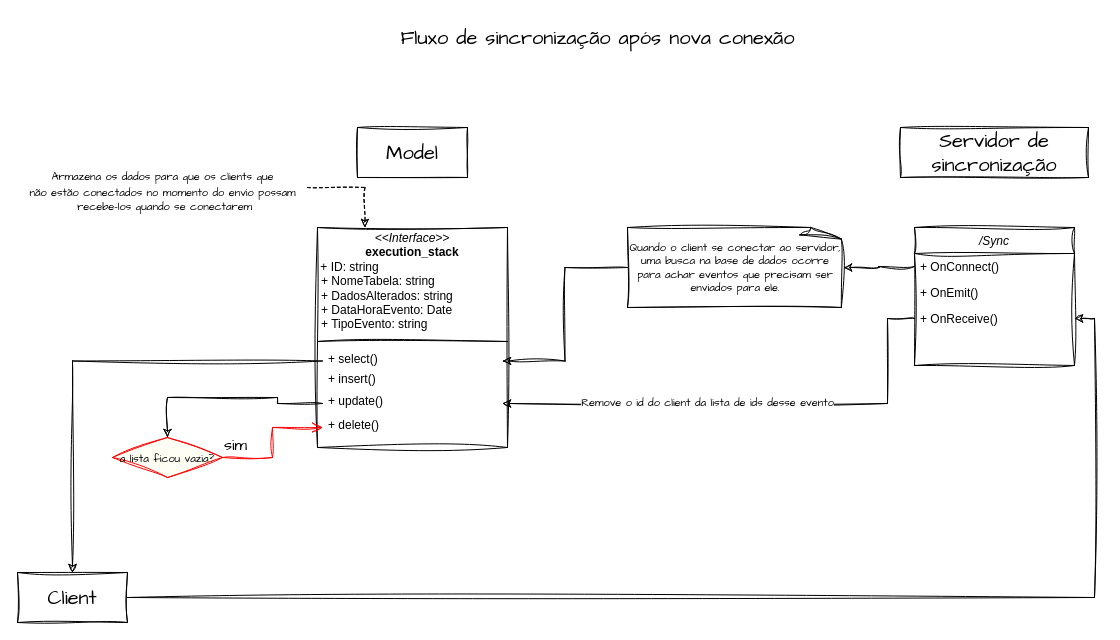
The draw.io diagram page "Primeira sincronização" (1 of 3) of Pulsar Sync.drawio in Vusmonth/uml, before the edit. Source tidied: cells renumbered, new cells numbered last; positions are measured from the earlier drawing's top-left corner, leaving out a move shared by most shapes. Both pictures are drawn from the tidied source at 100%, with x=0, y=0 at pixel (17, 17).
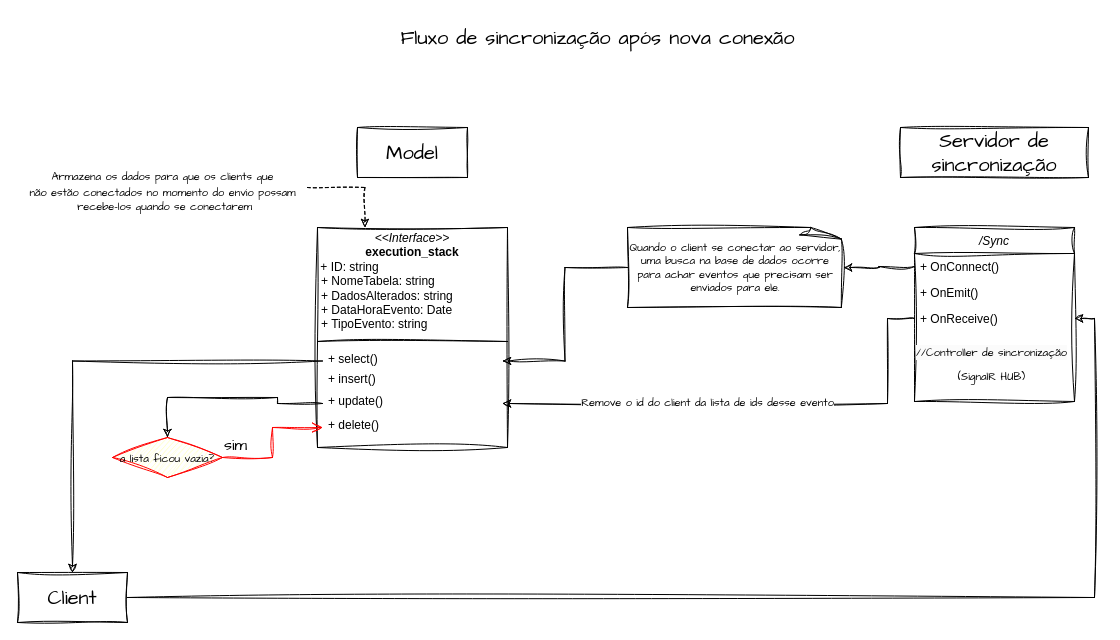
Above is the later version.

The edit, as a diff of the source:
```diff
@@
     <mxCell id="6" value="/Sync" style="swimlane;fontStyle=2;align=center;verticalAlign=top;horizontal=1;startSize=26;rounded=0;shadow=0;strokeWidth=1;sketch=1;curveFitting=1;jiggle=2;" parent="1" vertex="1">
-      <mxGeometry x="897" y="210" width="160" height="138" as="geometry" />
+      <mxGeometry x="897" y="210" width="160" height="174" as="geometry" />
     </mxCell>
@@
+    <mxCell id="28" value="&lt;span style=&quot;color: rgb(0, 0, 0); font-family: &amp;quot;Architects Daughter&amp;quot;; font-size: 11px; font-style: normal; font-variant-ligatures: normal; font-variant-caps: normal; font-weight: 400; letter-spacing: normal; orphans: 2; text-align: center; text-indent: 0px; text-transform: none; widows: 2; word-spacing: 0px; -webkit-text-stroke-width: 0px; background-color: rgb(251, 251, 251); text-decoration-thickness: initial; text-decoration-style: initial; text-decoration-color: initial; float: none; display: inline !important;&quot;&gt;//Controller de sincronização&lt;/span&gt;&lt;br style=&quot;border-color: var(--border-color); color: rgb(0, 0, 0); font-family: &amp;quot;Architects Daughter&amp;quot;; font-size: 11px; font-style: normal; font-variant-ligatures: normal; font-variant-caps: normal; font-weight: 400; letter-spacing: normal; orphans: 2; text-align: center; text-indent: 0px; text-transform: none; widows: 2; word-spacing: 0px; -webkit-text-stroke-width: 0px; background-color: rgb(251, 251, 251); text-decoration-thickness: initial; text-decoration-style: initial; text-decoration-color: initial;&quot;&gt;&lt;div style=&quot;text-align: center;&quot;&gt;&lt;span style=&quot;font-size: 11px;&quot;&gt;(SignalR HUB)&lt;/span&gt;&lt;/div&gt;" style="text;whiteSpace=wrap;html=1;fontSize=20;fontFamily=Architects Daughter;" parent="6" vertex="1">
+      <mxGeometry y="104" width="160" height="70" as="geometry" />
+    </mxCell>
```
